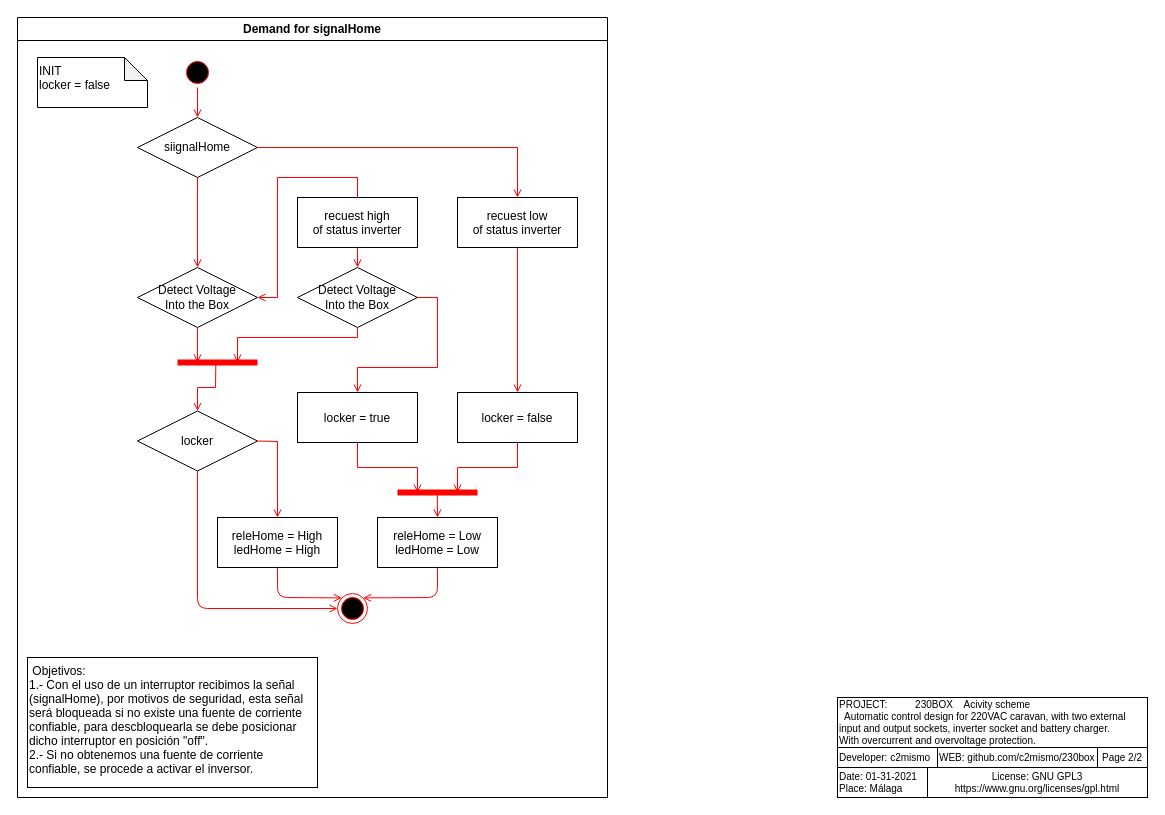
This is page "Página-2" (2 of 2) of documents/ActivityScheme/ActivityScheme.drawio from bambera/230box, a draw.io file, before an edit. Source tidied: cells renumbered, new cells numbered last; positions are measured from the earlier drawing's top-left corner, leaving out a move shared by most shapes. Both pictures are drawn from the tidied source at 100%, with x=0, y=0 at pixel (17, 17).
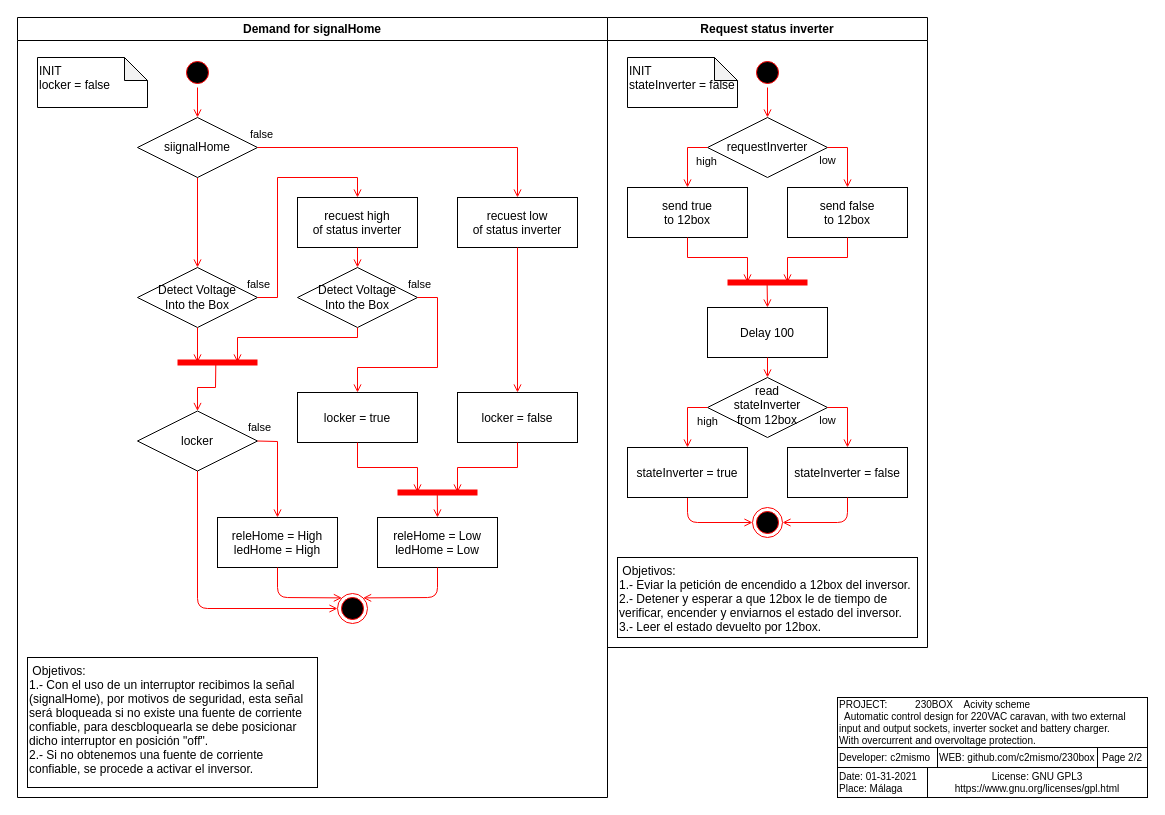
Above is the later version.

Commit message (it also covers changes not shown here):
Add Demand for signalHome

The change refers to these unchanged cells:
```xml
<mxCell id="2" value="Demand for signalHome" style="swimlane;whiteSpace=wrap;fontColor=#000000;strokeColor=#000000;fillColor=#FFFFFF;" parent="1" vertex="1">
  <mxGeometry width="590" height="780" as="geometry" />
</mxCell>
<mxCell id="7" value="recuest high&#10;of status inverter" style="strokeColor=#000000;fillColor=#FFFFFF;fontColor=#000000;" parent="2" vertex="1">
  <mxGeometry x="280" y="180" width="120" height="50" as="geometry" />
</mxCell>
<mxCell id="10" value="Detect Voltage&lt;br&gt;Into the Box" style="rhombus;whiteSpace=wrap;html=1;strokeColor=#000000;fillColor=#FFFFFF;fontColor=#000000;" parent="2" vertex="1">
  <mxGeometry x="120" y="250" width="120" height="60" as="geometry" />
</mxCell>
<mxCell id="21" style="endArrow=open;strokeColor=#FF0000;endFill=1;rounded=0;exitX=1;exitY=0.5;exitDx=0;exitDy=0;entryX=0.5;entryY=0;entryDx=0;entryDy=0;" parent="2" edge="1" source="8" target="12">
  <mxGeometry relative="1" as="geometry">
    <Array as="points">
      <mxPoint x="500" y="130" />
    </Array>
  </mxGeometry>
</mxCell>
<mxCell id="28" style="endArrow=open;strokeColor=#FF0000;endFill=1;rounded=0;exitX=1;exitY=0.5;exitDx=0;exitDy=0;entryX=0.5;entryY=0;entryDx=0;entryDy=0;" parent="2" edge="1" source="11" target="13">
  <mxGeometry relative="1" as="geometry">
    <Array as="points">
      <mxPoint x="420" y="280" />
      <mxPoint x="420" y="350" />
      <mxPoint x="340" y="350" />
    </Array>
  </mxGeometry>
</mxCell>
<mxCell id="30" style="endArrow=open;strokeColor=#FF0000;endFill=1;rounded=0;entryX=0.5;entryY=0;entryDx=0;entryDy=0;exitX=1;exitY=0.5;exitDx=0;exitDy=0;" parent="2" edge="1" source="14" target="15">
  <mxGeometry relative="1" as="geometry">
    <Array as="points">
      <mxPoint x="260" y="424" />
    </Array>
  </mxGeometry>
</mxCell>
```

What changed in the source:
```diff
@@
+    <mxCell id="42" value="false" style="edgeLabel;html=1;align=center;verticalAlign=middle;labelBackgroundColor=#FFFFFF;fontColor=#000000;" parent="21" vertex="1">
+      <mxGeometry x="-0.88" y="1" relative="1" as="geometry">
+        <mxPoint x="-16" y="-13" as="offset" />
+      </mxGeometry>
+    </mxCell>
@@
-    <mxCell id="23" style="endArrow=open;strokeColor=#FF0000;endFill=1;rounded=0;exitX=0.5;exitY=0;exitDx=0;exitDy=0;entryX=1;entryY=0.5;entryDx=0;entryDy=0;" parent="2" edge="1" source="7" target="10">
+    <mxCell id="23" style="endArrow=open;strokeColor=#FF0000;endFill=1;rounded=0;entryX=0.5;entryY=0;entryDx=0;entryDy=0;exitX=1;exitY=0.5;exitDx=0;exitDy=0;" parent="2" edge="1" source="10" target="7">
       <mxGeometry relative="1" as="geometry">
         <Array as="points">
+          <mxPoint x="260" y="280" />
+          <mxPoint x="260" y="160" />
           <mxPoint x="340" y="160" />
-          <mxPoint x="260" y="160" />
-          <mxPoint x="260" y="280" />
         </Array>
       </mxGeometry>
     </mxCell>
+    <mxCell id="43" value="&lt;span style=&quot;background-color: rgb(255 , 255 , 255)&quot;&gt;false&lt;/span&gt;" style="edgeLabel;html=1;align=center;verticalAlign=middle;fontSize=11;fontColor=#000000;" parent="23" vertex="1">
+      <mxGeometry x="-0.72" y="-1" relative="1" as="geometry">
+        <mxPoint x="-21" as="offset" />
+      </mxGeometry>
+    </mxCell>
@@
+    <mxCell id="44" value="&lt;span style=&quot;background-color: rgb(255 , 255 , 255)&quot;&gt;false&lt;/span&gt;" style="edgeLabel;html=1;align=center;verticalAlign=middle;fontSize=11;fontColor=#000000;" parent="28" vertex="1">
+      <mxGeometry x="-0.63" y="-1" relative="1" as="geometry">
+        <mxPoint x="-18" y="-29.9" as="offset" />
+      </mxGeometry>
+    </mxCell>
@@
+    <mxCell id="45" value="&lt;span style=&quot;background-color: rgb(255 , 255 , 255)&quot;&gt;false&lt;/span&gt;" style="edgeLabel;html=1;align=center;verticalAlign=middle;fontSize=11;fontColor=#000000;" parent="30" vertex="1">
+      <mxGeometry x="-0.3" y="1" relative="1" as="geometry">
+        <mxPoint x="-20" y="-28.8" as="offset" />
+      </mxGeometry>
+    </mxCell>
@@
+    <mxCell id="46" value="Request status inverter" style="swimlane;whiteSpace=wrap;fontColor=#000000;strokeColor=#000000;fillColor=#FFFFFF;" parent="1" vertex="1">
+      <mxGeometry x="590" width="320" height="630" as="geometry" />
+    </mxCell>
+    <mxCell id="47" style="ellipse;shape=startState;fillColor=#000000;strokeColor=#ff0000;" parent="46" vertex="1">
+      <mxGeometry x="145" y="40" width="30" height="30" as="geometry" />
+    </mxCell>
+    <mxCell id="48" style="endArrow=open;strokeColor=#FF0000;endFill=1;rounded=1;entryX=0;entryY=0.5;entryDx=0;entryDy=0;exitX=0.5;exitY=1;exitDx=0;exitDy=0;" parent="46" edge="1" source="57" target="49">
+      <mxGeometry relative="1" as="geometry">
+        <Array as="points">
+          <mxPoint x="80" y="505" />
+        </Array>
+      </mxGeometry>
+    </mxCell>
+    <mxCell id="49" style="ellipse;shape=endState;fillColor=#000000;strokeColor=#ff0000;" parent="46" vertex="1">
+      <mxGeometry x="145" y="490" width="30" height="30" as="geometry" />
+    </mxCell>
+    <mxCell id="50" value="INIT&lt;br&gt;stateInverter = false" style="shape=note;whiteSpace=wrap;html=1;backgroundOutline=1;darkOpacity=0.05;strokeColor=#000000;fillColor=#FFFFFF;fontColor=#000000;size=23;align=left;verticalAlign=top;" parent="46" vertex="1">
+      <mxGeometry x="20" y="40" width="110" height="50" as="geometry" />
+    </mxCell>
+    <mxCell id="51" style="endArrow=open;strokeColor=#FF0000;endFill=1;rounded=0;exitX=0.5;exitY=1;exitDx=0;exitDy=0;entryX=0.5;entryY=0;entryDx=0;entryDy=0;" parent="46" edge="1" source="47" target="52">
+      <mxGeometry relative="1" as="geometry" />
+    </mxCell>
+    <mxCell id="52" value="requestInverter" style="rhombus;whiteSpace=wrap;html=1;strokeColor=#000000;fillColor=#FFFFFF;fontColor=#000000;" parent="46" vertex="1">
+      <mxGeometry x="100" y="100" width="120" height="60" as="geometry" />
+    </mxCell>
+    <mxCell id="53" value="send true&#10;to 12box" style="strokeColor=#000000;fillColor=#FFFFFF;fontColor=#000000;" parent="46" vertex="1">
+      <mxGeometry x="20" y="170" width="120" height="50" as="geometry" />
+    </mxCell>
+    <mxCell id="54" value="send false&#10;to 12box" style="strokeColor=#000000;fillColor=#FFFFFF;fontColor=#000000;" parent="46" vertex="1">
+      <mxGeometry x="180" y="170" width="120" height="50" as="geometry" />
+    </mxCell>
+    <mxCell id="55" value="Delay 100" style="strokeColor=#000000;fillColor=#FFFFFF;fontColor=#000000;" parent="46" vertex="1">
+      <mxGeometry x="100" y="290" width="120" height="50" as="geometry" />
+    </mxCell>
+    <mxCell id="56" value="read&lt;br&gt;stateInverter&lt;br&gt;from 12box" style="rhombus;whiteSpace=wrap;html=1;strokeColor=#000000;fillColor=#FFFFFF;fontColor=#000000;verticalAlign=top;" parent="46" vertex="1">
+      <mxGeometry x="100" y="360" width="120" height="60" as="geometry" />
+    </mxCell>
+    <mxCell id="57" value="stateInverter = true" style="strokeColor=#000000;fillColor=#FFFFFF;fontColor=#000000;" parent="46" vertex="1">
+      <mxGeometry x="20" y="430" width="120" height="50" as="geometry" />
+    </mxCell>
+    <mxCell id="58" value="stateInverter = false" style="strokeColor=#000000;fillColor=#FFFFFF;fontColor=#000000;" parent="46" vertex="1">
+      <mxGeometry x="180" y="430" width="120" height="50" as="geometry" />
+    </mxCell>
+    <mxCell id="59" style="endArrow=open;strokeColor=#FF0000;endFill=1;rounded=0;exitX=0;exitY=0.5;exitDx=0;exitDy=0;entryX=0.5;entryY=0;entryDx=0;entryDy=0;" parent="46" edge="1" source="52" target="53">
+      <mxGeometry relative="1" as="geometry">
+        <Array as="points">
+          <mxPoint x="80" y="130" />
+        </Array>
+      </mxGeometry>
+    </mxCell>
+    <mxCell id="60" value="&lt;span style=&quot;background-color: rgb(255 , 255 , 255)&quot;&gt;high&lt;/span&gt;" style="edgeLabel;html=1;align=center;verticalAlign=middle;fontSize=11;fontColor=#000000;" parent="59" vertex="1">
+      <mxGeometry x="0.11" relative="1" as="geometry">
+        <mxPoint x="18" as="offset" />
+      </mxGeometry>
+    </mxCell>
+    <mxCell id="61" style="endArrow=open;strokeColor=#FF0000;endFill=1;rounded=0;exitX=1;exitY=0.5;exitDx=0;exitDy=0;entryX=0.5;entryY=0;entryDx=0;entryDy=0;" parent="46" edge="1" source="52" target="54">
+      <mxGeometry relative="1" as="geometry">
+        <Array as="points">
+          <mxPoint x="240" y="130" />
+        </Array>
+      </mxGeometry>
+    </mxCell>
+    <mxCell id="62" value="low" style="edgeLabel;html=1;align=center;verticalAlign=middle;fontSize=11;fontColor=#000000;labelBackgroundColor=#FFFFFF;" parent="61" vertex="1">
+      <mxGeometry relative="1" as="geometry">
+        <mxPoint x="-21" y="2" as="offset" />
+      </mxGeometry>
+    </mxCell>
+    <mxCell id="63" style="shape=line;html=1;strokeWidth=6;strokeColor=#ff0000;fillColor=#FFFFFF;fontColor=#000000;" parent="46" vertex="1">
+      <mxGeometry x="120" y="260" width="80" height="10" as="geometry" />
+    </mxCell>
+    <mxCell id="64" style="endArrow=open;strokeColor=#FF0000;endFill=1;rounded=0;exitX=0.5;exitY=1;exitDx=0;exitDy=0;entryX=0.25;entryY=0.5;entryDx=0;entryDy=0;entryPerimeter=0;" parent="46" edge="1" source="53" target="63">
+      <mxGeometry relative="1" as="geometry">
+        <Array as="points">
+          <mxPoint x="80" y="240" />
+          <mxPoint x="140" y="240" />
+        </Array>
+      </mxGeometry>
+    </mxCell>
+    <mxCell id="65" style="endArrow=open;strokeColor=#FF0000;endFill=1;rounded=0;exitX=0.5;exitY=1;exitDx=0;exitDy=0;entryX=0.75;entryY=0.5;entryDx=0;entryDy=0;entryPerimeter=0;" parent="46" edge="1" source="54" target="63">
+      <mxGeometry relative="1" as="geometry">
+        <Array as="points">
+          <mxPoint x="240" y="240" />
+          <mxPoint x="180" y="240" />
+        </Array>
+      </mxGeometry>
+    </mxCell>
+    <mxCell id="66" style="endArrow=open;strokeColor=#FF0000;endFill=1;rounded=0;exitX=0.495;exitY=0.571;exitDx=0;exitDy=0;entryX=0.5;entryY=0;entryDx=0;entryDy=0;exitPerimeter=0;" parent="46" edge="1" source="63" target="55">
+      <mxGeometry relative="1" as="geometry" />
+    </mxCell>
+    <mxCell id="67" style="endArrow=open;strokeColor=#FF0000;endFill=1;rounded=1;entryX=1;entryY=0.5;entryDx=0;entryDy=0;exitX=0.5;exitY=1;exitDx=0;exitDy=0;" parent="46" edge="1" source="58" target="49">
+      <mxGeometry relative="1" as="geometry">
+        <Array as="points">
+          <mxPoint x="240" y="505" />
+        </Array>
+      </mxGeometry>
+    </mxCell>
+    <mxCell id="68" style="endArrow=open;strokeColor=#FF0000;endFill=1;rounded=0;exitX=0.5;exitY=1;exitDx=0;exitDy=0;entryX=0.5;entryY=0;entryDx=0;entryDy=0;" parent="46" edge="1" source="55" target="56">
+      <mxGeometry relative="1" as="geometry" />
+    </mxCell>
+    <mxCell id="69" style="endArrow=open;strokeColor=#FF0000;endFill=1;rounded=0;exitX=0;exitY=0.5;exitDx=0;exitDy=0;entryX=0.5;entryY=0;entryDx=0;entryDy=0;" parent="46" edge="1" source="56" target="57">
+      <mxGeometry relative="1" as="geometry">
+        <Array as="points">
+          <mxPoint x="80" y="390" />
+        </Array>
+      </mxGeometry>
+    </mxCell>
+    <mxCell id="70" value="high" style="edgeLabel;html=1;align=center;verticalAlign=middle;fontSize=11;fontColor=#000000;labelBackgroundColor=#FFFFFF;" parent="69" vertex="1">
+      <mxGeometry x="0.08" relative="1" as="geometry">
+        <mxPoint x="19" y="1.4" as="offset" />
+      </mxGeometry>
+    </mxCell>
+    <mxCell id="71" style="endArrow=open;strokeColor=#FF0000;endFill=1;rounded=0;exitX=1;exitY=0.5;exitDx=0;exitDy=0;entryX=0.5;entryY=0;entryDx=0;entryDy=0;" parent="46" edge="1" source="56" target="58">
+      <mxGeometry relative="1" as="geometry">
+        <Array as="points">
+          <mxPoint x="240" y="390" />
+        </Array>
+      </mxGeometry>
+    </mxCell>
+    <mxCell id="72" value="&lt;span style=&quot;background-color: rgb(255 , 255 , 255)&quot;&gt;low&lt;/span&gt;" style="edgeLabel;html=1;align=center;verticalAlign=middle;fontSize=11;fontColor=#000000;" parent="71" vertex="1">
+      <mxGeometry x="-0.06" relative="1" as="geometry">
+        <mxPoint x="-21" y="4.4" as="offset" />
+      </mxGeometry>
+    </mxCell>
+    <mxCell id="73" value=" Objetivos:&#10;1.- Eviar la petición de encendido a 12box del inversor.&#10;2.- Detener y esperar a que 12box le de tiempo de&#10;verificar, encender y enviarnos el estado del inversor.&#10;3.- Leer el estado devuelto por 12box." style="strokeColor=#000000;fillColor=#FFFFFF;fontColor=#000000;align=left;verticalAlign=top;" parent="46" vertex="1">
+      <mxGeometry x="10" y="540" width="300" height="80" as="geometry" />
+    </mxCell>
```
